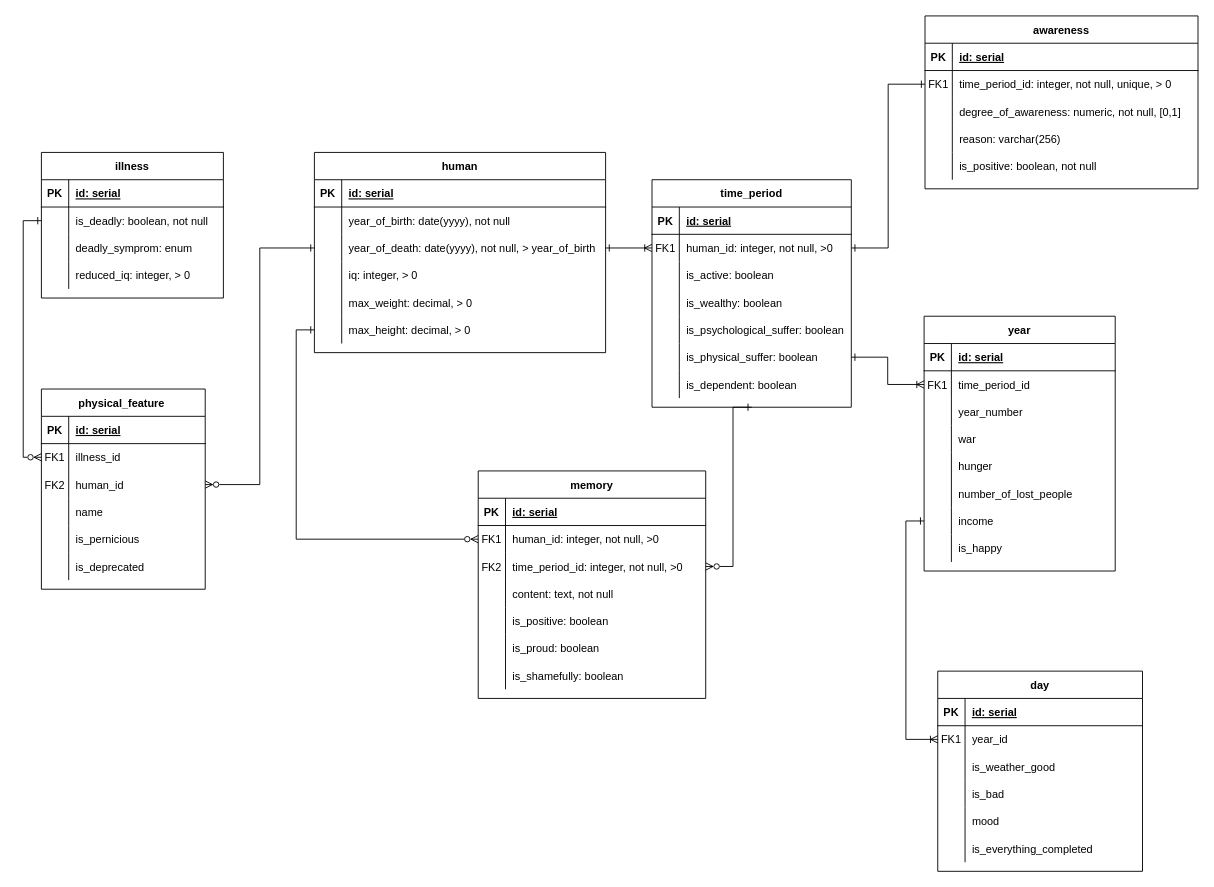
The draw.io diagram documentation/lab1-datalogical.drawio in semwett0301/booking-java-back, before the edit. Source tidied: cells renumbered, new cells numbered last; positions are measured from the earlier drawing's top-left corner, leaving out a move shared by most shapes. Both pictures are drawn from the tidied source at 91%, with x=0, y=0 at pixel (41, 15).
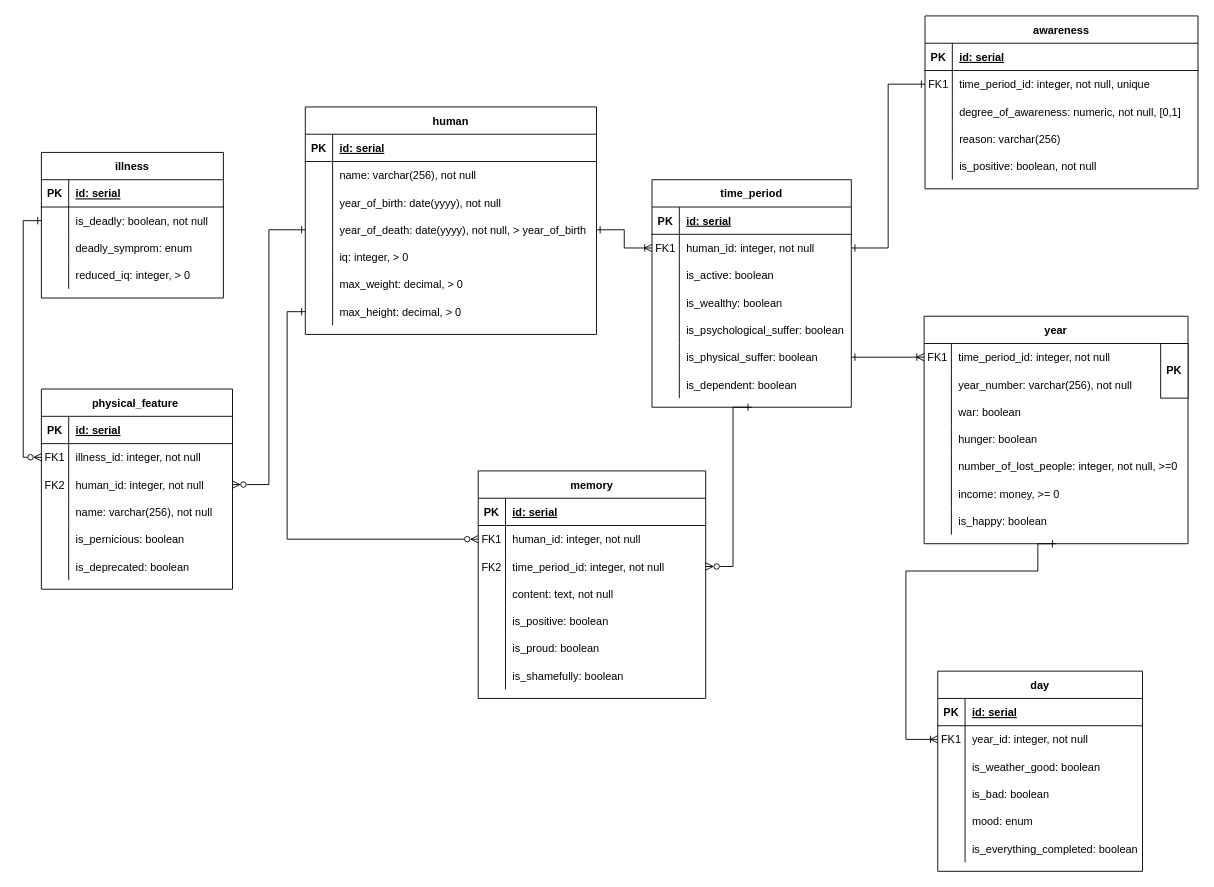
After the change.

The change refers to these unchanged cells:
```xml
<mxCell id="6" style="shape=tableRow;horizontal=0;startSize=0;swimlaneHead=0;swimlaneBody=0;fillColor=none;points=[[0,0.5],[1,0.5]];portConstraint=eastwest;top=0;left=0;right=0;bottom=0;" parent="2" vertex="1">
  <mxGeometry y="60" width="250" height="30" as="geometry" />
</mxCell>
<mxCell id="9" style="shape=tableRow;horizontal=0;startSize=0;swimlaneHead=0;swimlaneBody=0;fillColor=none;points=[[0,0.5],[1,0.5]];portConstraint=eastwest;top=0;left=0;right=0;bottom=0;" parent="2" vertex="1">
  <mxGeometry y="90" width="250" height="30" as="geometry" />
</mxCell>
<mxCell id="42" style="shape=tableRow;horizontal=0;startSize=0;swimlaneHead=0;swimlaneBody=0;fillColor=none;points=[[0,0.5],[1,0.5]];portConstraint=eastwest;top=0;left=0;right=0;bottom=0;" parent="38" vertex="1">
  <mxGeometry y="60" width="219" height="30" as="geometry" />
</mxCell>
<mxCell id="64" style="shape=tableRow;horizontal=0;startSize=0;swimlaneHead=0;swimlaneBody=0;fillColor=none;points=[[0,0.5],[1,0.5]];portConstraint=eastwest;top=0;left=0;right=0;bottom=0;" parent="60" vertex="1">
  <mxGeometry y="60" width="225" height="30" as="geometry" />
</mxCell>
<mxCell id="67" style="shape=tableRow;horizontal=0;startSize=0;swimlaneHead=0;swimlaneBody=0;fillColor=none;top=0;left=0;right=0;bottom=0;" parent="60" vertex="1">
  <mxGeometry y="90" width="225" height="30" as="geometry" />
</mxCell>
<mxCell id="70" style="shape=tableRow;horizontal=0;startSize=0;swimlaneHead=0;swimlaneBody=0;fillColor=none;top=0;left=0;right=0;bottom=0;" parent="60" vertex="1">
  <mxGeometry y="120" width="225" height="30" as="geometry" />
</mxCell>
<mxCell id="73" style="shape=tableRow;horizontal=0;startSize=0;swimlaneHead=0;swimlaneBody=0;fillColor=none;top=0;left=0;right=0;bottom=0;" parent="60" vertex="1">
  <mxGeometry y="150" width="225" height="30" as="geometry" />
</mxCell>
<mxCell id="76" style="shape=tableRow;horizontal=0;startSize=0;swimlaneHead=0;swimlaneBody=0;fillColor=none;top=0;left=0;right=0;bottom=0;" parent="60" vertex="1">
  <mxGeometry y="180" width="225" height="30" as="geometry" />
</mxCell>
<mxCell id="83" style="shape=tableRow;horizontal=0;startSize=0;swimlaneHead=0;swimlaneBody=0;fillColor=none;points=[[0,0.5],[1,0.5]];portConstraint=eastwest;top=0;left=0;right=0;bottom=0;" parent="79" vertex="1">
  <mxGeometry y="60" width="300" height="30" as="geometry" />
</mxCell>
<mxCell id="99" style="shape=tableRow;horizontal=0;startSize=0;swimlaneHead=0;swimlaneBody=0;fillColor=none;top=0;left=0;right=0;bottom=0;" parent="95" vertex="1">
  <mxGeometry y="60" width="320" height="30" as="geometry" />
</mxCell>
```

The edit, as a diff of the source:
```diff
@@
-    <mxCell id="8" value="human_id: integer, not null, &gt;0" style="shape=partialRectangle;fillColor=none;top=0;left=0;bottom=0;right=0;align=left;spacingLeft=6;overflow=hidden;" parent="6" vertex="1">
+    <mxCell id="8" value="human_id: integer, not null" style="shape=partialRectangle;fillColor=none;top=0;left=0;bottom=0;right=0;align=left;spacingLeft=6;overflow=hidden;" parent="6" vertex="1">
       <mxGeometry x="30" width="220" height="30" as="geometry" />
     </mxCell>
@@
-    <mxCell id="11" value="time_period_id: integer, not null, &gt;0" style="shape=partialRectangle;fillColor=none;top=0;left=0;bottom=0;right=0;align=left;spacingLeft=6;overflow=hidden;" parent="9" vertex="1">
+    <mxCell id="11" value="time_period_id: integer, not null" style="shape=partialRectangle;fillColor=none;top=0;left=0;bottom=0;right=0;align=left;spacingLeft=6;overflow=hidden;" parent="9" vertex="1">
       <mxGeometry x="30" width="220" height="30" as="geometry" />
     </mxCell>
@@
-    <mxCell id="44" value="human_id: integer, not null, &gt;0" style="shape=partialRectangle;fillColor=none;top=0;left=0;bottom=0;right=0;align=left;spacingLeft=6;overflow=hidden;" parent="42" vertex="1">
+    <mxCell id="44" value="human_id: integer, not null" style="shape=partialRectangle;fillColor=none;top=0;left=0;bottom=0;right=0;align=left;spacingLeft=6;overflow=hidden;" parent="42" vertex="1">
       <mxGeometry x="30" width="189" height="30" as="geometry" />
     </mxCell>
@@
-    <mxCell id="66" value="year_id" style="shape=partialRectangle;fillColor=none;top=0;left=0;bottom=0;right=0;align=left;spacingLeft=6;overflow=hidden;" parent="64" vertex="1">
+    <mxCell id="66" value="year_id: integer, not null" style="shape=partialRectangle;fillColor=none;top=0;left=0;bottom=0;right=0;align=left;spacingLeft=6;overflow=hidden;" parent="64" vertex="1">
       <mxGeometry x="30" width="195" height="30" as="geometry" />
     </mxCell>
@@
-    <mxCell id="69" value="is_weather_good" style="shape=partialRectangle;fillColor=none;top=0;left=0;bottom=0;right=0;align=left;spacingLeft=6;overflow=hidden;" parent="67" vertex="1">
+    <mxCell id="69" value="is_weather_good: boolean" style="shape=partialRectangle;fillColor=none;top=0;left=0;bottom=0;right=0;align=left;spacingLeft=6;overflow=hidden;" parent="67" vertex="1">
       <mxGeometry x="30" width="195" height="30" as="geometry" />
     </mxCell>
@@
-    <mxCell id="72" value="is_bad" style="shape=partialRectangle;fillColor=none;top=0;left=0;bottom=0;right=0;align=left;spacingLeft=6;overflow=hidden;" parent="70" vertex="1">
+    <mxCell id="72" value="is_bad: boolean" style="shape=partialRectangle;fillColor=none;top=0;left=0;bottom=0;right=0;align=left;spacingLeft=6;overflow=hidden;" parent="70" vertex="1">
       <mxGeometry x="30" width="195" height="30" as="geometry" />
     </mxCell>
@@
-    <mxCell id="75" value="mood" style="shape=partialRectangle;fillColor=none;top=0;left=0;bottom=0;right=0;align=left;spacingLeft=6;overflow=hidden;" parent="73" vertex="1">
+    <mxCell id="75" value="mood: enum" style="shape=partialRectangle;fillColor=none;top=0;left=0;bottom=0;right=0;align=left;spacingLeft=6;overflow=hidden;" parent="73" vertex="1">
       <mxGeometry x="30" width="195" height="30" as="geometry" />
     </mxCell>
@@
-    <mxCell id="78" value="is_everything_completed" style="shape=partialRectangle;fillColor=none;top=0;left=0;bottom=0;right=0;align=left;spacingLeft=6;overflow=hidden;" parent="76" vertex="1">
+    <mxCell id="78" value="is_everything_completed: boolean" style="shape=partialRectangle;fillColor=none;top=0;left=0;bottom=0;right=0;align=left;spacingLeft=6;overflow=hidden;" parent="76" vertex="1">
       <mxGeometry x="30" width="195" height="30" as="geometry" />
     </mxCell>
@@
-    <mxCell id="85" value="time_period_id: integer, not null, unique, &gt; 0" style="shape=partialRectangle;fillColor=none;top=0;left=0;bottom=0;right=0;align=left;spacingLeft=6;overflow=hidden;" parent="83" vertex="1">
+    <mxCell id="85" value="time_period_id: integer, not null, unique" style="shape=partialRectangle;fillColor=none;top=0;left=0;bottom=0;right=0;align=left;spacingLeft=6;overflow=hidden;" parent="83" vertex="1">
       <mxGeometry x="30" width="270" height="30" as="geometry" />
     </mxCell>
@@
     <mxCell id="95" value="human" style="shape=table;startSize=30;childLayout=tableLayout;rowLines=0;fontStyle=1;align=center;" parent="1" vertex="1">
-      <mxGeometry x="300" y="150" width="320" height="220" as="geometry" />
+      <mxGeometry x="290" y="100" width="320" height="250" as="geometry" />
     </mxCell>
@@
-    <mxCell id="101" value="year_of_birth: date(yyyy), not null" style="shape=partialRectangle;fillColor=none;top=0;left=0;bottom=0;right=0;align=left;spacingLeft=6;overflow=hidden;" parent="99" vertex="1">
+    <mxCell id="101" value="name: varchar(256), not null" style="shape=partialRectangle;fillColor=none;top=0;left=0;bottom=0;right=0;align=left;spacingLeft=6;overflow=hidden;" parent="99" vertex="1">
       <mxGeometry x="30" width="290" height="30" as="geometry" />
     </mxCell>
+    <mxCell id="165" style="shape=tableRow;horizontal=0;startSize=0;swimlaneHead=0;swimlaneBody=0;fillColor=none;top=0;left=0;right=0;bottom=0;" parent="95" vertex="1">
+      <mxGeometry y="90" width="320" height="30" as="geometry" />
+    </mxCell>
+    <mxCell id="166" style="shape=partialRectangle;fillColor=none;top=0;left=0;bottom=0;right=0;overflow=hidden;" parent="165" vertex="1">
+      <mxGeometry width="30" height="30" as="geometry" />
+    </mxCell>
+    <mxCell id="167" value="year_of_birth: date(yyyy), not null" style="shape=partialRectangle;fillColor=none;top=0;left=0;bottom=0;right=0;align=left;spacingLeft=6;overflow=hidden;" parent="165" vertex="1">
+      <mxGeometry x="30" width="290" height="30" as="geometry" />
+    </mxCell>
     <mxCell id="102" style="shape=tableRow;horizontal=0;startSize=0;swimlaneHead=0;swimlaneBody=0;fillColor=none;points=[[0,0.5],[1,0.5]];portConstraint=eastwest;top=0;left=0;right=0;bottom=0;" parent="95" vertex="1">
-      <mxGeometry y="90" width="320" height="30" as="geometry" />
+      <mxGeometry y="120" width="320" height="30" as="geometry" />
     </mxCell>
@@
     <mxCell id="105" style="shape=tableRow;horizontal=0;startSize=0;swimlaneHead=0;swimlaneBody=0;fillColor=none;top=0;left=0;right=0;bottom=0;" parent="95" vertex="1">
-      <mxGeometry y="120" width="320" height="30" as="geometry" />
+      <mxGeometry y="150" width="320" height="30" as="geometry" />
     </mxCell>
@@
     <mxCell id="108" style="shape=tableRow;horizontal=0;startSize=0;swimlaneHead=0;swimlaneBody=0;fillColor=none;top=0;left=0;right=0;bottom=0;" parent="95" vertex="1">
-      <mxGeometry y="150" width="320" height="30" as="geometry" />
+      <mxGeometry y="180" width="320" height="30" as="geometry" />
     </mxCell>
@@
     <mxCell id="111" style="shape=tableRow;horizontal=0;startSize=0;swimlaneHead=0;swimlaneBody=0;fillColor=none;points=[[0,0.5],[1,0.5]];portConstraint=eastwest;top=0;left=0;right=0;bottom=0;" parent="95" vertex="1">
-      <mxGeometry y="180" width="320" height="30" as="geometry" />
+      <mxGeometry y="210" width="320" height="30" as="geometry" />
     </mxCell>
@@
     <mxCell id="114" value="year" style="shape=table;startSize=30;childLayout=tableLayout;rowLines=0;fontStyle=1;align=center;" parent="1" vertex="1">
-      <mxGeometry x="970" y="330" width="210" height="280" as="geometry" />
+      <mxGeometry x="970" y="330" width="290" height="250" as="geometry" />
     </mxCell>
-    <mxCell id="115" style="shape=tableRow;horizontal=0;startSize=0;swimlaneHead=0;swimlaneBody=0;fillColor=none;top=0;left=0;right=0;bottom=1;" parent="114" vertex="1">
-      <mxGeometry y="30" width="210" height="30" as="geometry" />
-    </mxCell>
-    <mxCell id="116" value="PK" style="shape=partialRectangle;fillColor=none;top=0;left=0;bottom=0;right=0;fontStyle=1;overflow=hidden;" parent="115" vertex="1">
-      <mxGeometry width="30" height="30" as="geometry" />
-    </mxCell>
-    <mxCell id="117" value="id: serial" style="shape=partialRectangle;fillColor=none;top=0;left=0;bottom=0;right=0;align=left;spacingLeft=6;fontStyle=5;overflow=hidden;" parent="115" vertex="1">
-      <mxGeometry x="30" width="180" height="30" as="geometry" />
-    </mxCell>
     <mxCell id="118" style="shape=tableRow;horizontal=0;startSize=0;swimlaneHead=0;swimlaneBody=0;fillColor=none;points=[[0,0.5],[1,0.5]];portConstraint=eastwest;top=0;left=0;right=0;bottom=0;" parent="114" vertex="1">
-      <mxGeometry y="60" width="210" height="30" as="geometry" />
+      <mxGeometry y="30" width="290" height="30" as="geometry" />
     </mxCell>
-    <mxCell id="119" value="FK1" style="shape=partialRectangle;fillColor=none;top=0;left=0;bottom=0;right=0;overflow=hidden;" parent="118" vertex="1">
+    <mxCell id="119" value="FK1" style="shape=partialRectangle;fillColor=none;top=0;left=0;bottom=0;right=0;overflow=hidden;fontStyle=0;" parent="118" vertex="1">
       <mxGeometry width="30" height="30" as="geometry" />
     </mxCell>
-    <mxCell id="120" value="time_period_id" style="shape=partialRectangle;fillColor=none;top=0;left=0;bottom=0;right=0;align=left;spacingLeft=6;overflow=hidden;" parent="118" vertex="1">
-      <mxGeometry x="30" width="180" height="30" as="geometry" />
+    <mxCell id="120" value="time_period_id: integer, not null" style="shape=partialRectangle;fillColor=none;top=0;left=0;bottom=0;right=0;align=left;spacingLeft=6;overflow=hidden;" parent="118" vertex="1">
+      <mxGeometry x="30" width="260" height="30" as="geometry" />
     </mxCell>
     <mxCell id="121" style="shape=tableRow;horizontal=0;startSize=0;swimlaneHead=0;swimlaneBody=0;fillColor=none;top=0;left=0;right=0;bottom=0;" parent="114" vertex="1">
-      <mxGeometry y="90" width="210" height="30" as="geometry" />
+      <mxGeometry y="60" width="290" height="30" as="geometry" />
     </mxCell>
@@
-    <mxCell id="123" value="year_number" style="shape=partialRectangle;fillColor=none;top=0;left=0;bottom=0;right=0;align=left;spacingLeft=6;overflow=hidden;" parent="121" vertex="1">
-      <mxGeometry x="30" width="180" height="30" as="geometry" />
+    <mxCell id="123" value="year_number: varchar(256), not null" style="shape=partialRectangle;fillColor=none;top=0;left=0;bottom=0;right=0;align=left;spacingLeft=6;overflow=hidden;" parent="121" vertex="1">
+      <mxGeometry x="30" width="260" height="30" as="geometry" />
     </mxCell>
     <mxCell id="124" style="shape=tableRow;horizontal=0;startSize=0;swimlaneHead=0;swimlaneBody=0;fillColor=none;top=0;left=0;right=0;bottom=0;" parent="114" vertex="1">
-      <mxGeometry y="120" width="210" height="30" as="geometry" />
+      <mxGeometry y="90" width="290" height="30" as="geometry" />
     </mxCell>
@@
-    <mxCell id="126" value="war" style="shape=partialRectangle;fillColor=none;top=0;left=0;bottom=0;right=0;align=left;spacingLeft=6;overflow=hidden;" parent="124" vertex="1">
-      <mxGeometry x="30" width="180" height="30" as="geometry" />
+    <mxCell id="126" value="war: boolean" style="shape=partialRectangle;fillColor=none;top=0;left=0;bottom=0;right=0;align=left;spacingLeft=6;overflow=hidden;" parent="124" vertex="1">
+      <mxGeometry x="30" width="260" height="30" as="geometry" />
     </mxCell>
     <mxCell id="127" style="shape=tableRow;horizontal=0;startSize=0;swimlaneHead=0;swimlaneBody=0;fillColor=none;top=0;left=0;right=0;bottom=0;" parent="114" vertex="1">
-      <mxGeometry y="150" width="210" height="30" as="geometry" />
+      <mxGeometry y="120" width="290" height="30" as="geometry" />
     </mxCell>
@@
-    <mxCell id="129" value="hunger" style="shape=partialRectangle;fillColor=none;top=0;left=0;bottom=0;right=0;align=left;spacingLeft=6;overflow=hidden;" parent="127" vertex="1">
-      <mxGeometry x="30" width="180" height="30" as="geometry" />
+    <mxCell id="129" value="hunger: boolean" style="shape=partialRectangle;fillColor=none;top=0;left=0;bottom=0;right=0;align=left;spacingLeft=6;overflow=hidden;" parent="127" vertex="1">
+      <mxGeometry x="30" width="260" height="30" as="geometry" />
     </mxCell>
     <mxCell id="130" style="shape=tableRow;horizontal=0;startSize=0;swimlaneHead=0;swimlaneBody=0;fillColor=none;top=0;left=0;right=0;bottom=0;" parent="114" vertex="1">
-      <mxGeometry y="180" width="210" height="30" as="geometry" />
+      <mxGeometry y="150" width="290" height="30" as="geometry" />
     </mxCell>
@@
-    <mxCell id="132" value="number_of_lost_people" style="shape=partialRectangle;fillColor=none;top=0;left=0;bottom=0;right=0;align=left;spacingLeft=6;overflow=hidden;" parent="130" vertex="1">
-      <mxGeometry x="30" width="180" height="30" as="geometry" />
+    <mxCell id="132" value="number_of_lost_people: integer, not null, &gt;=0" style="shape=partialRectangle;fillColor=none;top=0;left=0;bottom=0;right=0;align=left;spacingLeft=6;overflow=hidden;" parent="130" vertex="1">
+      <mxGeometry x="30" width="260" height="30" as="geometry" />
     </mxCell>
     <mxCell id="133" style="shape=tableRow;horizontal=0;startSize=0;swimlaneHead=0;swimlaneBody=0;fillColor=none;points=[[0,0.5],[1,0.5]];portConstraint=eastwest;top=0;left=0;right=0;bottom=0;" parent="114" vertex="1">
-      <mxGeometry y="210" width="210" height="30" as="geometry" />
+      <mxGeometry y="180" width="290" height="30" as="geometry" />
     </mxCell>
@@
-    <mxCell id="135" value="income" style="shape=partialRectangle;fillColor=none;top=0;left=0;bottom=0;right=0;align=left;spacingLeft=6;overflow=hidden;" parent="133" vertex="1">
-      <mxGeometry x="30" width="180" height="30" as="geometry" />
+    <mxCell id="135" value="income: money, &gt;= 0" style="shape=partialRectangle;fillColor=none;top=0;left=0;bottom=0;right=0;align=left;spacingLeft=6;overflow=hidden;" parent="133" vertex="1">
+      <mxGeometry x="30" width="260" height="30" as="geometry" />
     </mxCell>
     <mxCell id="136" style="shape=tableRow;horizontal=0;startSize=0;swimlaneHead=0;swimlaneBody=0;fillColor=none;top=0;left=0;right=0;bottom=0;" parent="114" vertex="1">
-      <mxGeometry y="240" width="210" height="30" as="geometry" />
+      <mxGeometry y="210" width="290" height="30" as="geometry" />
     </mxCell>
@@
-    <mxCell id="138" value="is_happy" style="shape=partialRectangle;fillColor=none;top=0;left=0;bottom=0;right=0;align=left;spacingLeft=6;overflow=hidden;" parent="136" vertex="1">
-      <mxGeometry x="30" width="180" height="30" as="geometry" />
+    <mxCell id="138" value="is_happy: boolean" style="shape=partialRectangle;fillColor=none;top=0;left=0;bottom=0;right=0;align=left;spacingLeft=6;overflow=hidden;" parent="136" vertex="1">
+      <mxGeometry x="30" width="260" height="30" as="geometry" />
     </mxCell>
     <mxCell id="139" value="physical_feature " style="shape=table;startSize=30;childLayout=tableLayout;rowLines=0;fontStyle=1;align=center;" parent="1" vertex="1">
-      <mxGeometry y="410" width="180" height="220" as="geometry" />
+      <mxGeometry y="410" width="210" height="220" as="geometry" />
     </mxCell>
     <mxCell id="140" style="shape=tableRow;horizontal=0;startSize=0;swimlaneHead=0;swimlaneBody=0;fillColor=none;top=0;left=0;right=0;bottom=1;" parent="139" vertex="1">
-      <mxGeometry y="30" width="180" height="30" as="geometry" />
+      <mxGeometry y="30" width="210" height="30" as="geometry" />
     </mxCell>
@@
     <mxCell id="142" value="id: serial" style="shape=partialRectangle;fillColor=none;top=0;left=0;bottom=0;right=0;align=left;spacingLeft=6;fontStyle=5;overflow=hidden;" parent="140" vertex="1">
-      <mxGeometry x="30" width="150" height="30" as="geometry" />
+      <mxGeometry x="30" width="180" height="30" as="geometry" />
     </mxCell>
     <mxCell id="143" style="shape=tableRow;horizontal=0;startSize=0;swimlaneHead=0;swimlaneBody=0;fillColor=none;points=[[0,0.5],[1,0.5]];portConstraint=eastwest;top=0;left=0;right=0;bottom=0;" parent="139" vertex="1">
-      <mxGeometry y="60" width="180" height="30" as="geometry" />
+      <mxGeometry y="60" width="210" height="30" as="geometry" />
     </mxCell>
@@
-    <mxCell id="145" value="illness_id" style="shape=partialRectangle;fillColor=none;top=0;left=0;bottom=0;right=0;align=left;spacingLeft=6;overflow=hidden;" parent="143" vertex="1">
-      <mxGeometry x="30" width="150" height="30" as="geometry" />
+    <mxCell id="145" value="illness_id: integer, not null" style="shape=partialRectangle;fillColor=none;top=0;left=0;bottom=0;right=0;align=left;spacingLeft=6;overflow=hidden;" parent="143" vertex="1">
+      <mxGeometry x="30" width="180" height="30" as="geometry" />
     </mxCell>
     <mxCell id="146" style="shape=tableRow;horizontal=0;startSize=0;swimlaneHead=0;swimlaneBody=0;fillColor=none;points=[[0,0.5],[1,0.5]];portConstraint=eastwest;top=0;left=0;right=0;bottom=0;" parent="139" vertex="1">
-      <mxGeometry y="90" width="180" height="30" as="geometry" />
+      <mxGeometry y="90" width="210" height="30" as="geometry" />
     </mxCell>
@@
-    <mxCell id="148" value="human_id" style="shape=partialRectangle;fillColor=none;top=0;left=0;bottom=0;right=0;align=left;spacingLeft=6;overflow=hidden;" parent="146" vertex="1">
-      <mxGeometry x="30" width="150" height="30" as="geometry" />
+    <mxCell id="148" value="human_id: integer, not null" style="shape=partialRectangle;fillColor=none;top=0;left=0;bottom=0;right=0;align=left;spacingLeft=6;overflow=hidden;" parent="146" vertex="1">
+      <mxGeometry x="30" width="180" height="30" as="geometry" />
     </mxCell>
     <mxCell id="149" style="shape=tableRow;horizontal=0;startSize=0;swimlaneHead=0;swimlaneBody=0;fillColor=none;top=0;left=0;right=0;bottom=0;" parent="139" vertex="1">
-      <mxGeometry y="120" width="180" height="30" as="geometry" />
+      <mxGeometry y="120" width="210" height="30" as="geometry" />
     </mxCell>
@@
-    <mxCell id="151" value="name" style="shape=partialRectangle;fillColor=none;top=0;left=0;bottom=0;right=0;align=left;spacingLeft=6;overflow=hidden;" parent="149" vertex="1">
-      <mxGeometry x="30" width="150" height="30" as="geometry" />
+    <mxCell id="151" value="name: varchar(256), not null" style="shape=partialRectangle;fillColor=none;top=0;left=0;bottom=0;right=0;align=left;spacingLeft=6;overflow=hidden;" parent="149" vertex="1">
+      <mxGeometry x="30" width="180" height="30" as="geometry" />
     </mxCell>
     <mxCell id="152" style="shape=tableRow;horizontal=0;startSize=0;swimlaneHead=0;swimlaneBody=0;fillColor=none;top=0;left=0;right=0;bottom=0;" parent="139" vertex="1">
-      <mxGeometry y="150" width="180" height="30" as="geometry" />
+      <mxGeometry y="150" width="210" height="30" as="geometry" />
     </mxCell>
@@
-    <mxCell id="154" value="is_pernicious" style="shape=partialRectangle;fillColor=none;top=0;left=0;bottom=0;right=0;align=left;spacingLeft=6;overflow=hidden;" parent="152" vertex="1">
-      <mxGeometry x="30" width="150" height="30" as="geometry" />
+    <mxCell id="154" value="is_pernicious: boolean" style="shape=partialRectangle;fillColor=none;top=0;left=0;bottom=0;right=0;align=left;spacingLeft=6;overflow=hidden;" parent="152" vertex="1">
+      <mxGeometry x="30" width="180" height="30" as="geometry" />
     </mxCell>
     <mxCell id="155" style="shape=tableRow;horizontal=0;startSize=0;swimlaneHead=0;swimlaneBody=0;fillColor=none;top=0;left=0;right=0;bottom=0;" parent="139" vertex="1">
-      <mxGeometry y="180" width="180" height="30" as="geometry" />
+      <mxGeometry y="180" width="210" height="30" as="geometry" />
     </mxCell>
@@
-    <mxCell id="157" value="is_deprecated" style="shape=partialRectangle;fillColor=none;top=0;left=0;bottom=0;right=0;align=left;spacingLeft=6;overflow=hidden;" parent="155" vertex="1">
-      <mxGeometry x="30" width="150" height="30" as="geometry" />
+    <mxCell id="157" value="is_deprecated: boolean" style="shape=partialRectangle;fillColor=none;top=0;left=0;bottom=0;right=0;align=left;spacingLeft=6;overflow=hidden;" parent="155" vertex="1">
+      <mxGeometry x="30" width="180" height="30" as="geometry" />
     </mxCell>
@@
-    <mxCell id="160" style="edgeStyle=orthogonalEdgeStyle;rounded=0;jettySize=auto;html=1;startArrow=ERone;startFill=0;endArrow=ERoneToMany;endFill=0;" parent="1" edge="1" source="133" target="64">
+    <mxCell id="160" style="edgeStyle=orthogonalEdgeStyle;rounded=0;jettySize=auto;html=1;startArrow=ERone;startFill=0;endArrow=ERoneToMany;endFill=0;exitX=0.5;exitY=1;exitDx=0;exitDy=0;" parent="1" edge="1" source="114" target="64">
       <mxGeometry relative="1" as="geometry">
         <Array as="points">
-          <mxPoint x="950" y="555" />
+          <mxPoint x="1095" y="610" />
+          <mxPoint x="950" y="610" />
           <mxPoint x="950" y="795" />
         </Array>
       </mxGeometry>
     </mxCell>
@@
+    <mxCell id="116" value="&lt;b&gt;PK&lt;/b&gt;" style="rounded=0;whiteSpace=wrap;html=1;" parent="1" vertex="1">
+      <mxGeometry x="1230" y="360" width="30" height="60" as="geometry" />
+    </mxCell>
```
